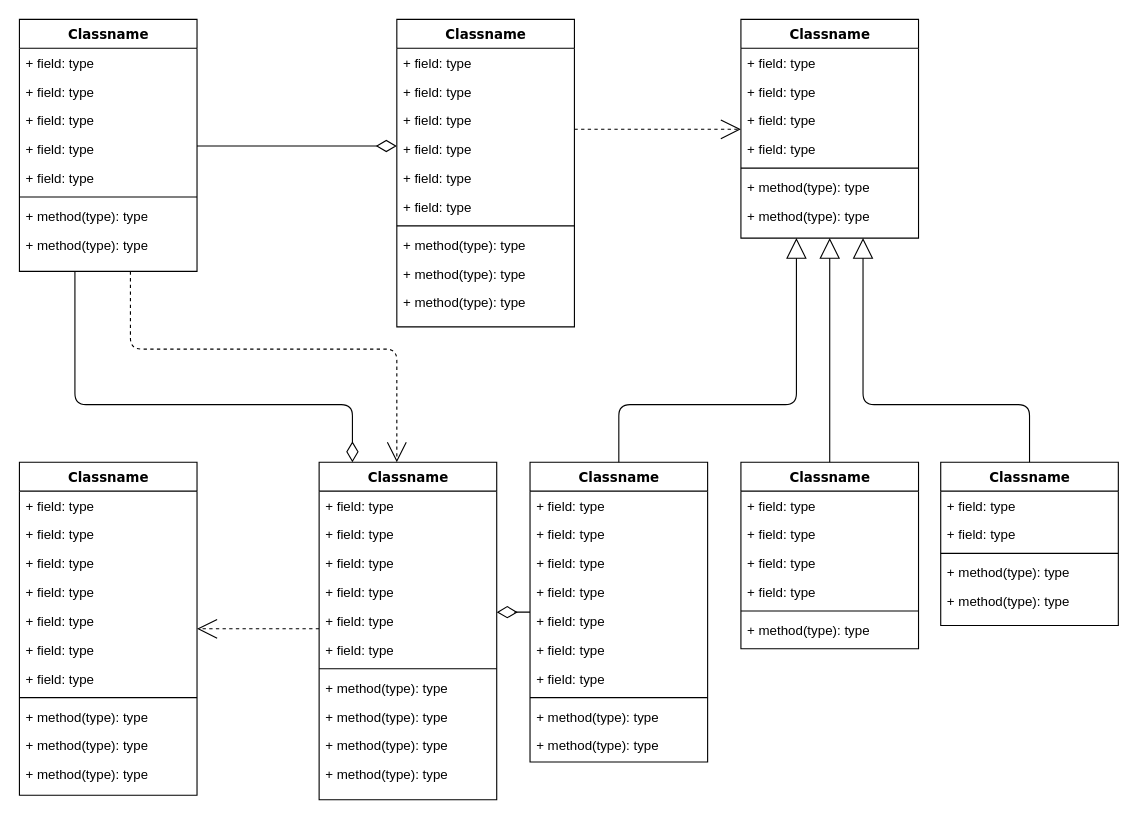
Above: planning/ERD.drawio in Ruanruanx/wikiMap (draw.io), before the change. Source tidied: cells renumbered, new cells numbered last; positions are measured from the earlier drawing's top-left corner, leaving out a move shared by most shapes. Both pictures are drawn from the tidied source at 111%, with x=0, y=0 at pixel (19, 19).
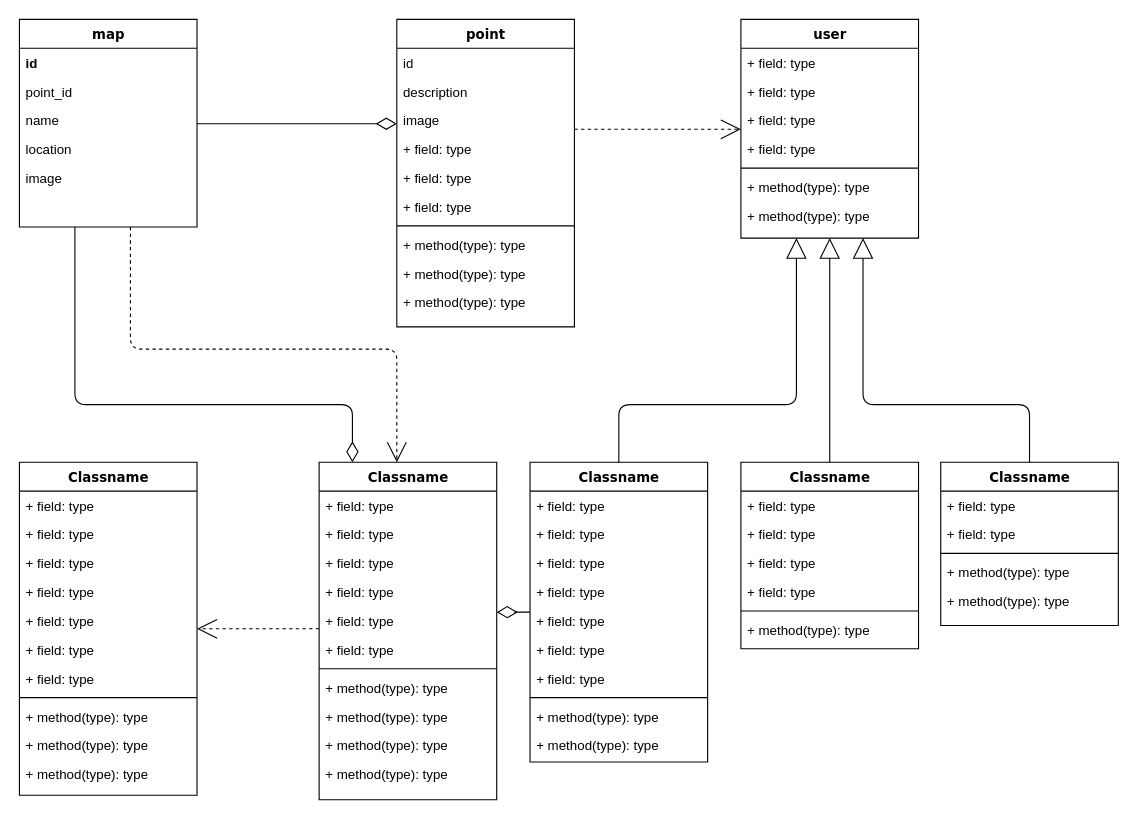
Above is the later version.

Diff of the diagram source:
```diff
@@
-    <mxCell id="4" value="Classname" style="swimlane;html=1;fontStyle=1;align=center;verticalAlign=top;horizontal=1;startSize=26;swimlaneFillColor=#ffffff;rounded=0;shadow=0;comic=0;labelBackgroundColor=none;strokeWidth=1;fillColor=none;fontFamily=Verdana;fontSize=12;" parent="1" vertex="1">
-      <mxGeometry width="160" height="227" as="geometry" />
+    <mxCell id="4" value="map" style="swimlane;html=1;fontStyle=1;align=center;verticalAlign=top;horizontal=1;startSize=26;swimlaneFillColor=#ffffff;rounded=0;shadow=0;comic=0;labelBackgroundColor=none;strokeWidth=1;fillColor=none;fontFamily=Verdana;fontSize=12;" parent="1" vertex="1">
+      <mxGeometry width="160" height="187" as="geometry" />
     </mxCell>
-    <mxCell id="5" value="+ field: type" style="text;html=1;strokeColor=none;fillColor=none;align=left;verticalAlign=top;spacingLeft=4;spacingRight=4;whiteSpace=wrap;overflow=hidden;" parent="4" vertex="1">
+    <mxCell id="5" value="&lt;b&gt;id&lt;/b&gt;" style="text;html=1;strokeColor=none;fillColor=none;align=left;verticalAlign=top;spacingLeft=4;spacingRight=4;whiteSpace=wrap;overflow=hidden;" parent="4" vertex="1">
       <mxGeometry y="26" width="160" height="26" as="geometry" />
     </mxCell>
+    <mxCell id="87" value="point_id" style="text;html=1;strokeColor=none;fillColor=none;align=left;verticalAlign=top;spacingLeft=4;spacingRight=4;whiteSpace=wrap;overflow=hidden;" parent="4" vertex="1">
+      <mxGeometry y="52" width="160" height="26" as="geometry" />
+    </mxCell>
-    <mxCell id="6" value="+ field: type" style="text;html=1;strokeColor=none;fillColor=none;align=left;verticalAlign=top;spacingLeft=4;spacingRight=4;whiteSpace=wrap;overflow=hidden;" parent="4" vertex="1">
-      <mxGeometry y="52" width="160" height="26" as="geometry" />
+    <mxCell id="6" value="name" style="text;html=1;strokeColor=none;fillColor=none;align=left;verticalAlign=top;spacingLeft=4;spacingRight=4;whiteSpace=wrap;overflow=hidden;" parent="4" vertex="1">
+      <mxGeometry y="78" width="160" height="26" as="geometry" />
     </mxCell>
-    <mxCell id="7" value="+ field: type" style="text;html=1;strokeColor=none;fillColor=none;align=left;verticalAlign=top;spacingLeft=4;spacingRight=4;whiteSpace=wrap;overflow=hidden;" parent="4" vertex="1">
-      <mxGeometry y="78" width="160" height="26" as="geometry" />
+    <mxCell id="7" value="location&lt;br&gt;" style="text;html=1;strokeColor=none;fillColor=none;align=left;verticalAlign=top;spacingLeft=4;spacingRight=4;whiteSpace=wrap;overflow=hidden;" parent="4" vertex="1">
+      <mxGeometry y="104" width="160" height="26" as="geometry" />
     </mxCell>
-    <mxCell id="8" value="+ field: type" style="text;html=1;strokeColor=none;fillColor=none;align=left;verticalAlign=top;spacingLeft=4;spacingRight=4;whiteSpace=wrap;overflow=hidden;" parent="4" vertex="1">
-      <mxGeometry y="104" width="160" height="26" as="geometry" />
-    </mxCell>
-    <mxCell id="9" value="+ field: type" style="text;html=1;strokeColor=none;fillColor=none;align=left;verticalAlign=top;spacingLeft=4;spacingRight=4;whiteSpace=wrap;overflow=hidden;" parent="4" vertex="1">
-      <mxGeometry y="130" width="160" height="26" as="geometry" />
-    </mxCell>
-    <mxCell id="10" style="line;html=1;strokeWidth=1;fillColor=none;align=left;verticalAlign=middle;spacingTop=-1;spacingLeft=3;spacingRight=3;labelPosition=right;" parent="4" vertex="1">
-      <mxGeometry y="156" width="160" height="8" as="geometry" />
-    </mxCell>
-    <mxCell id="11" value="+ method(type): type" style="text;html=1;strokeColor=none;fillColor=none;align=left;verticalAlign=top;spacingLeft=4;spacingRight=4;whiteSpace=wrap;overflow=hidden;" parent="4" vertex="1">
-      <mxGeometry y="164" width="160" height="26" as="geometry" />
-    </mxCell>
-    <mxCell id="12" value="+ method(type): type" style="text;html=1;strokeColor=none;fillColor=none;align=left;verticalAlign=top;spacingLeft=4;spacingRight=4;whiteSpace=wrap;overflow=hidden;" parent="4" vertex="1">
-      <mxGeometry y="190" width="160" height="26" as="geometry" />
-    </mxCell>
+    <mxCell id="88" value="image" style="text;html=1;strokeColor=none;fillColor=none;align=left;verticalAlign=top;spacingLeft=4;spacingRight=4;whiteSpace=wrap;overflow=hidden;" parent="4" vertex="1">
+      <mxGeometry y="130" width="160" height="26" as="geometry" />
+    </mxCell>
@@
-    <mxCell id="14" value="Classname" style="swimlane;html=1;fontStyle=1;align=center;verticalAlign=top;horizontal=1;startSize=26;swimlaneFillColor=#ffffff;rounded=0;shadow=0;comic=0;labelBackgroundColor=none;strokeWidth=1;fillColor=none;fontFamily=Verdana;fontSize=12;" parent="1" vertex="1">
+    <mxCell id="14" value="point" style="swimlane;html=1;fontStyle=1;align=center;verticalAlign=top;horizontal=1;startSize=26;swimlaneFillColor=#ffffff;rounded=0;shadow=0;comic=0;labelBackgroundColor=none;strokeWidth=1;fillColor=none;fontFamily=Verdana;fontSize=12;" parent="1" vertex="1">
       <mxGeometry x="340" width="160" height="277" as="geometry" />
     </mxCell>
-    <mxCell id="15" value="+ field: type" style="text;html=1;strokeColor=none;fillColor=none;align=left;verticalAlign=top;spacingLeft=4;spacingRight=4;whiteSpace=wrap;overflow=hidden;" parent="14" vertex="1">
+    <mxCell id="15" value="id" style="text;html=1;strokeColor=none;fillColor=none;align=left;verticalAlign=top;spacingLeft=4;spacingRight=4;whiteSpace=wrap;overflow=hidden;" parent="14" vertex="1">
       <mxGeometry y="26" width="160" height="26" as="geometry" />
     </mxCell>
-    <mxCell id="16" value="+ field: type" style="text;html=1;strokeColor=none;fillColor=none;align=left;verticalAlign=top;spacingLeft=4;spacingRight=4;whiteSpace=wrap;overflow=hidden;" parent="14" vertex="1">
+    <mxCell id="16" value="description" style="text;html=1;strokeColor=none;fillColor=none;align=left;verticalAlign=top;spacingLeft=4;spacingRight=4;whiteSpace=wrap;overflow=hidden;" parent="14" vertex="1">
       <mxGeometry y="52" width="160" height="26" as="geometry" />
     </mxCell>
-    <mxCell id="17" value="+ field: type" style="text;html=1;strokeColor=none;fillColor=none;align=left;verticalAlign=top;spacingLeft=4;spacingRight=4;whiteSpace=wrap;overflow=hidden;" parent="14" vertex="1">
+    <mxCell id="17" value="image" style="text;html=1;strokeColor=none;fillColor=none;align=left;verticalAlign=top;spacingLeft=4;spacingRight=4;whiteSpace=wrap;overflow=hidden;" parent="14" vertex="1">
       <mxGeometry y="78" width="160" height="26" as="geometry" />
     </mxCell>
@@
-    <mxCell id="25" value="Classname" style="swimlane;html=1;fontStyle=1;align=center;verticalAlign=top;horizontal=1;startSize=26;swimlaneFillColor=#ffffff;rounded=0;shadow=0;comic=0;labelBackgroundColor=none;strokeWidth=1;fillColor=none;fontFamily=Verdana;fontSize=12;" parent="1" vertex="1">
+    <mxCell id="25" value="user" style="swimlane;html=1;fontStyle=1;align=center;verticalAlign=top;horizontal=1;startSize=26;swimlaneFillColor=#ffffff;rounded=0;shadow=0;comic=0;labelBackgroundColor=none;strokeWidth=1;fillColor=none;fontFamily=Verdana;fontSize=12;" parent="1" vertex="1">
       <mxGeometry x="650" width="160" height="197" as="geometry" />
     </mxCell>
```
